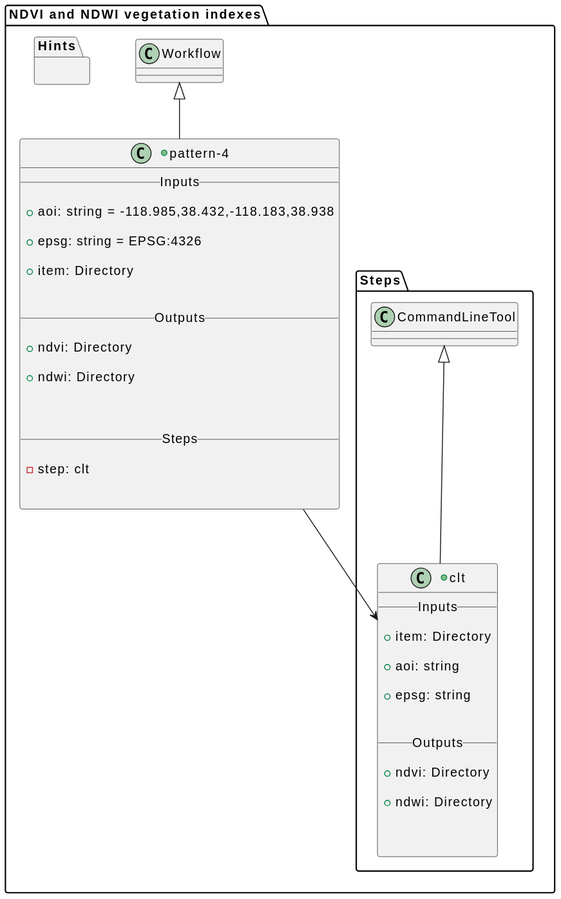
Before: docs/pattern-4/class.svg, a diagram exported from PlantUML (eoap/application-package-patterns). Its diagram source:
```plantuml
@startuml














    package "NDVI and NDWI vegetation indexes" {



    +class "pattern-4" as Workflow_pattern_4 extends Workflow {
        __ Inputs __

        + aoi: string = -118.985,38.432,-118.183,38.938

        + epsg: string = EPSG:4326

        + item: Directory


        __ Outputs __

        + ndvi: Directory

        + ndwi: Directory



        __ Steps __

        - step: clt


    }












    package "Steps" {







    +class "clt" as CommandLineTool_clt extends CommandLineTool {
        __ Inputs __

        + item: Directory

        + aoi: string

        + epsg: string


        __ Outputs __

        + ndvi: Directory

        + ndwi: Directory



    }











Workflow_pattern_4 --> CommandLineTool_clt


    }





    package "Hints" {



    }

}
@enduml
```
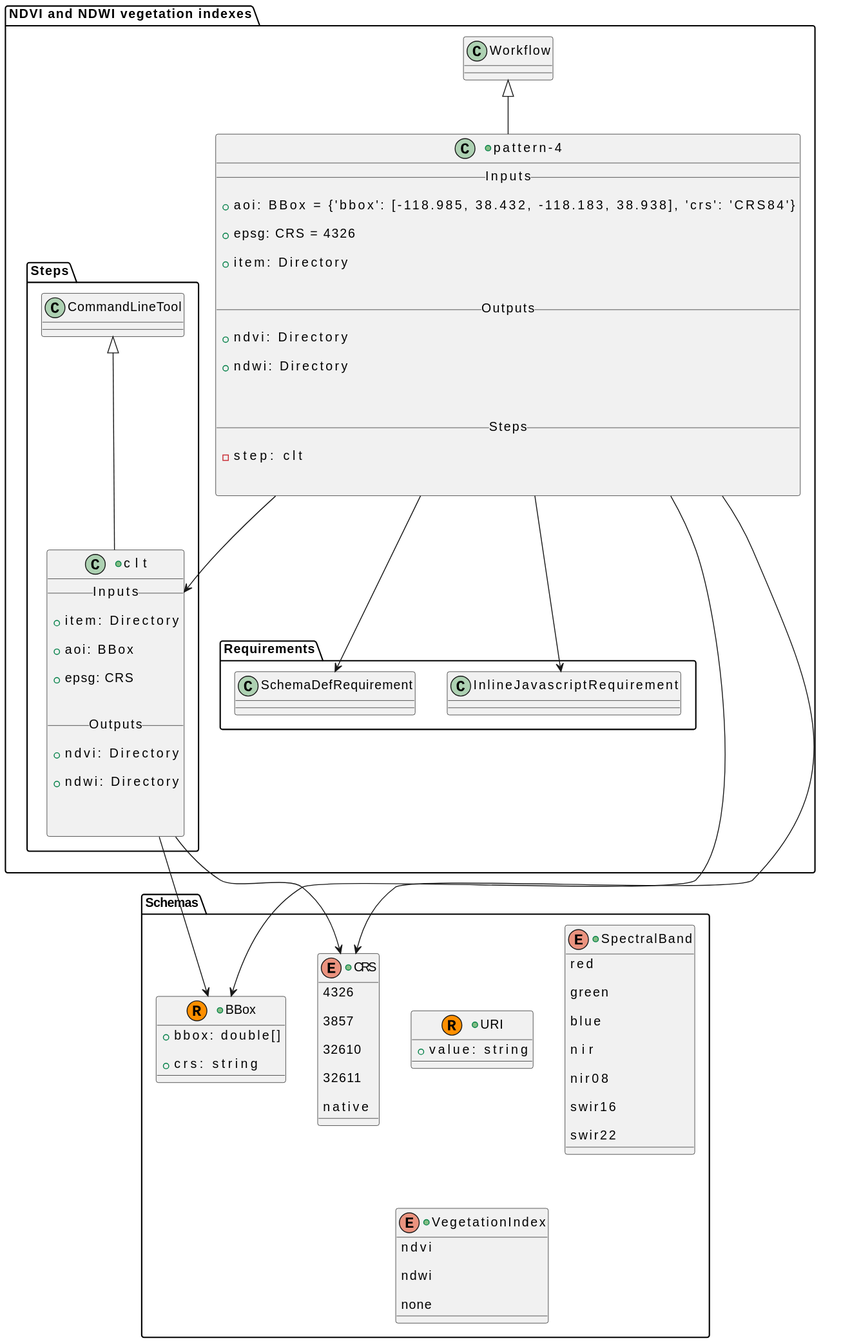
After the commit.

Diff of the diagram source:
```diff
@@ -1,4 +1,28 @@
 @startuml
+            package "Schemas" {
+
+
+
+
+                        +record URI {
+
+        +value: string
+
+    }
+
+
+
+
+
+
+
+                        +record BBox {
+
+        +bbox: double[]
+
+        +crs: string
+
+    }
 
 
 
@@ -7,8 +31,58 @@
 
 
 
+                        +enum SpectralBand {
+
+        red
+
+        green
+
+        blue
+
+        nir
+
+        nir08
+
+        swir16
+
+        swir22
+
+    }
 
 
+
+
+
+                        +enum CRS {
+
+        4326
+
+        3857
+
+        32610
+
+        32611
+
+        native
+
+    }
+
+
+
+
+
+                        +enum VegetationIndex {
+
+        ndvi
+
+        ndwi
+
+        none
+
+    }
+
+
+            }
 
 
 
@@ -20,9 +94,9 @@
     +class "pattern-4" as Workflow_pattern_4 extends Workflow {
         __ Inputs __
 
-        + aoi: string = -118.985,38.432,-118.183,38.938
+        + aoi: BBox = {'bbox': [-118.985, 38.432, -118.183, 38.938], 'crs': 'CRS84'}
 
-        + epsg: string = EPSG:4326
+        + epsg: CRS = 4326
 
         + item: Directory
 
@@ -44,9 +118,11 @@
 
 
 
+        Workflow_pattern_4 --> BBox
 
 
 
+        Workflow_pattern_4 --> CRS
 
 
 
@@ -66,9 +142,9 @@
 
         + item: Directory
 
-        + aoi: string
+        + aoi: BBox
 
-        + epsg: string
+        + epsg: CRS
 
 
         __ Outputs __
@@ -86,9 +162,11 @@
 
 
 
+        CommandLineTool_clt --> BBox
 
 
 
+        CommandLineTool_clt --> CRS
 
 
 Workflow_pattern_4 --> CommandLineTool_clt
@@ -98,13 +176,21 @@
 
 
 
+    package "Requirements" {
 
 
-    package "Hints" {
+        class InlineJavascriptRequirement
+        Workflow_pattern_4 --> InlineJavascriptRequirement
 
+
+
+        class SchemaDefRequirement
+        Workflow_pattern_4 --> SchemaDefRequirement
 
 
     }
 
+
+
 }
 @enduml
```
